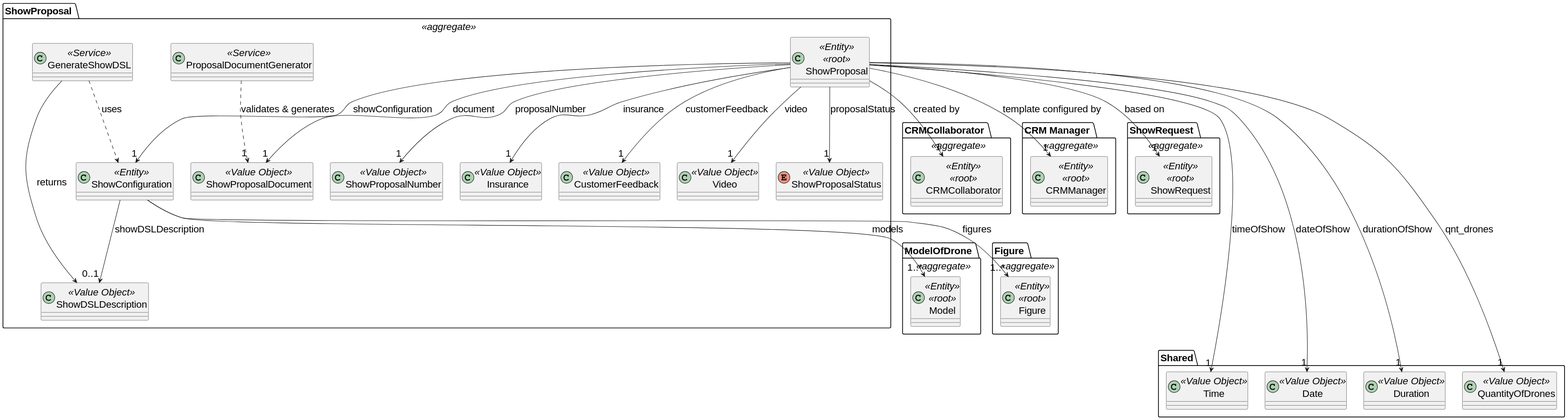
Earlier version of the PlantUML export docs/global_artifacts/analysis/images/domain_model_show_proposal.svg (diogoveirospro/sem4pi-2024-2025-sem4pi_2024_2025_g44). The source it was exported from:
```plantuml
@startuml
skinparamlocked defaultFontSize 20

package "CRMCollaborator " <<aggregate>> {

    class CRMCollaborator <<Entity>> <<root>>{
    }
}

package "CRM Manager " <<aggregate>> {

    class CRMManager <<Entity>> <<root>>{
    }
}

package "ModelOfDrone " <<aggregate>> {

    class Model <<Entity>> <<root>>{
    }

}

package "Figure " <<aggregate>> {

    class Figure <<Entity>> <<root>>{
    }
}

package "ShowRequest " <<aggregate>>{

    class ShowRequest <<Entity>> <<root>>{
    }
}


package "ShowProposal " <<aggregate>>{

    enum ShowProposalStatus <<Value Object>>{
    }

    class ShowProposal <<Entity>> <<root>>{
    }

    class ShowProposalDocument <<Value Object>>{
    }

    class ShowProposalNumber <<Value Object>>{
    }

    class Insurance <<Value Object>>{
    }

    class CustomerFeedback <<Value Object>>{
    }

    class ShowConfiguration <<Entity>>{
    }

    class Video <<Value Object>>{
    }

    class ProposalDocumentGenerator <<Service>> {
    }

    class ShowDSLDescription <<Value Object>> {
    }

    class GenerateShowDSL <<Service>> {
    }

    ShowProposal --> "1" CustomerFeedback: customerFeedback
    ShowProposal --> "1" CRMCollaborator: created by
    ShowProposal --> "1" CRMManager: template configured by
    ShowProposal --> "1" ShowRequest: based on
    ShowProposal --> "1" ShowProposalStatus: proposalStatus
    ShowProposal --> "1" ShowProposalDocument: document
    ShowProposal --> "1" ShowProposalNumber: proposalNumber
    ShowProposal --> "1" Insurance: insurance
    ShowProposal --> "1" ShowConfiguration: showConfiguration
    ShowProposal --> "1" Video: video

    GenerateShowDSL ..> ShowConfiguration: uses
    GenerateShowDSL --> ShowDSLDescription: returns

    ProposalDocumentGenerator ..> "1" ShowProposalDocument: validates & generates

    ShowConfiguration --> "1..*" Model: models
    ShowConfiguration --> "1..*" Figure: figures
    ShowConfiguration --> "0..1" ShowDSLDescription: showDSLDescription
}

package Shared {

    class Time <<Value Object>>{
    }

    class Date <<Value Object>>{
    }

    class Duration <<Value Object>>{
    }

    class QuantityOfDrones <<Value Object>>{
    }

    ShowProposal ----> "1" QuantityOfDrones: qnt_drones
    ShowProposal ----> "1" Time: timeOfShow
    ShowProposal ----> "1" Date: dateOfShow
    ShowProposal ----> "1" Duration: durationOfShow
}
@enduml
```
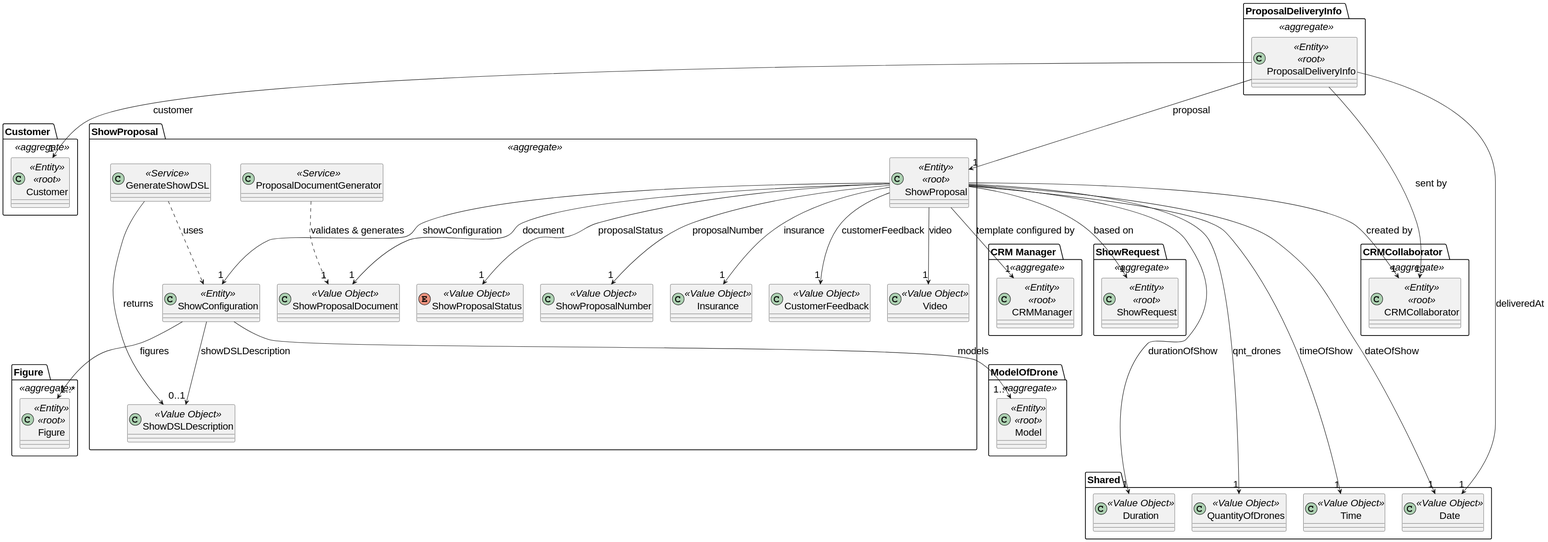
The same diagram one commit later.

Commit message:
#6 #40 Analysis and Design of US316 and addition of a class and aggregate to the domain model.

Diff of the diagram source:
```diff
@@ -1,5 +1,12 @@
 @startuml
 skinparamlocked defaultFontSize 20
+
+package "Customer " <<aggregate>> {
+
+    class Customer <<Entity>> <<root>>{
+    }
+
+}
 
 package "CRMCollaborator " <<aggregate>> {
 
@@ -89,6 +96,17 @@
     ShowConfiguration --> "0..1" ShowDSLDescription: showDSLDescription
 }
 
+package "ProposalDeliveryInfo " <<aggregate>> {
+
+    class ProposalDeliveryInfo <<Entity>> <<root>>{
+    }
+
+    ProposalDeliveryInfo --> "1" ShowProposal: proposal
+    ProposalDeliveryInfo --> "1" CRMCollaborator: sent by
+    ProposalDeliveryInfo --> "1" Customer: customer
+
+}
+
 package Shared {
 
     class Time <<Value Object>>{
@@ -107,5 +125,7 @@
     ShowProposal ----> "1" Time: timeOfShow
     ShowProposal ----> "1" Date: dateOfShow
     ShowProposal ----> "1" Duration: durationOfShow
+
+    ProposalDeliveryInfo ----> "1" Date: deliveredAt
 }
 @enduml
```
